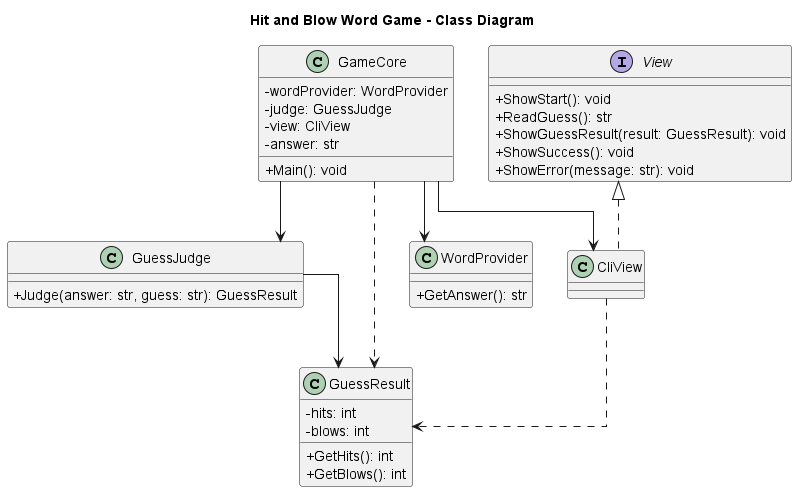
Above: docs/HitAndBlowClassDiagram.png in Saikoro0145/RitsSftDevTheoryG6 (PlantUML), before the change.
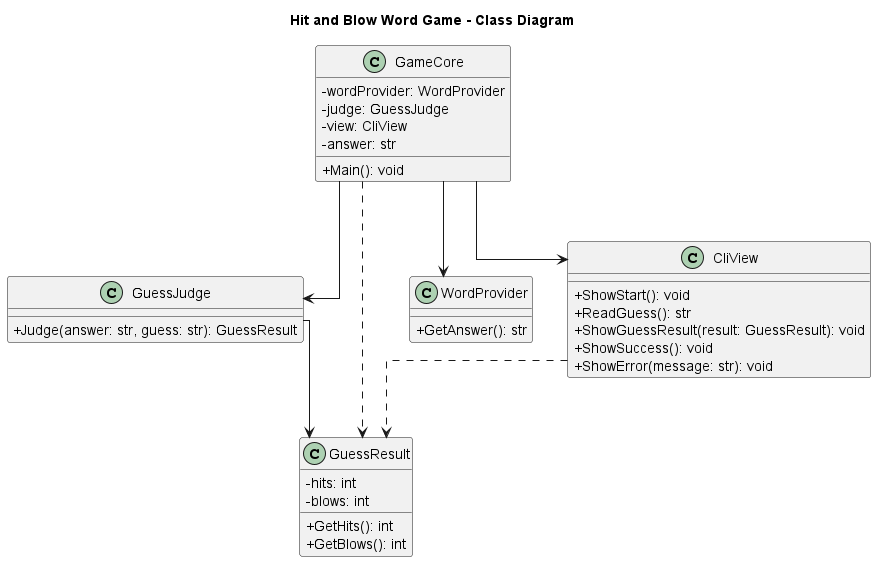
The same file after the commit.

Commit message:
fix: クラス図を修正

Diff of the diagram source:
```diff
@@ -27,7 +27,7 @@
   +GetAnswer(): str
 }
 
-Interface View {
+class CliView {
   +ShowStart(): void
   +ReadGuess(): str
   +ShowGuessResult(result: GuessResult): void
@@ -35,15 +35,12 @@
   +ShowError(message: str): void
 }
 
-class CliView {}
-
 
 GameCore --> WordProvider
 GameCore --> GuessJudge
 GameCore --> CliView
 GameCore ..> GuessResult
 
-View <|.. CliView
 GuessJudge --> GuessResult
 CliView ..> GuessResult
 
```
